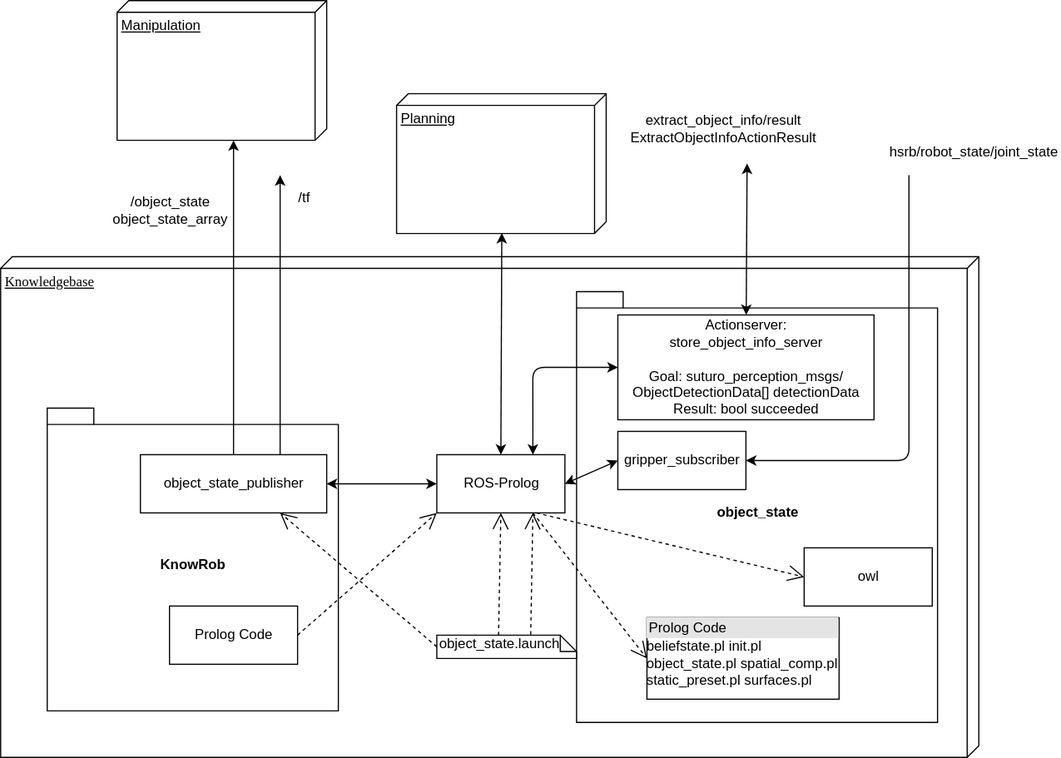
Before: architecture/knowledge_architecture/knowledge.svg, a diagram exported from draw.io (SUTURO/suturo_resources). Source tidied: cells renumbered, new cells last; positions are measured from the earlier drawing's top-left corner, leaving out a move shared by most shapes.
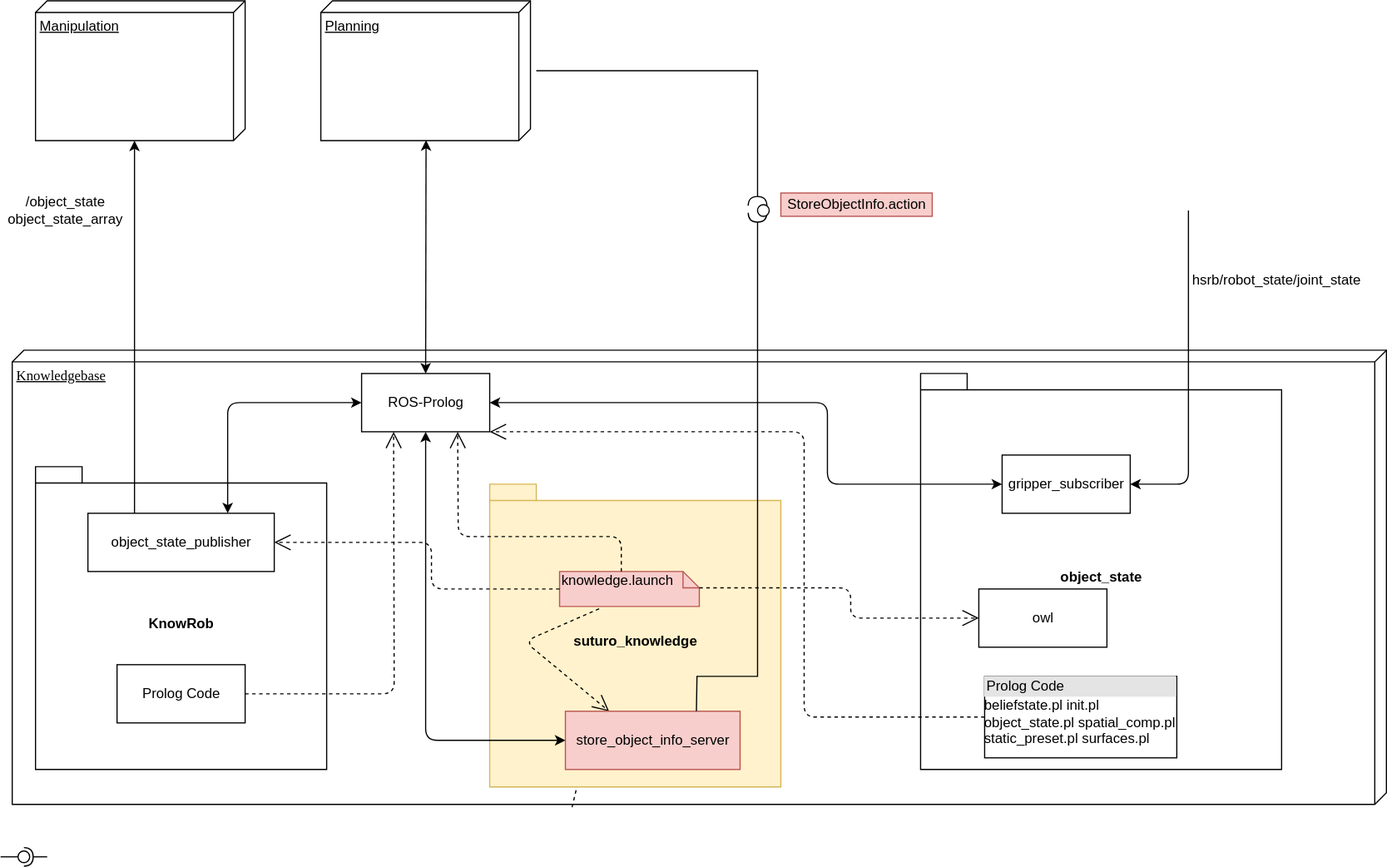
Later version of the same file.

Commit message:
update knowledge architecture

The edit, as a diff of the source:
```diff
@@ -3,122 +3,183 @@
     <mxCell id="0" />
     <mxCell id="1" parent="0" />
     <mxCell id="2" value="Knowledgebase" style="verticalAlign=top;align=left;spacingTop=8;spacingLeft=2;spacingRight=12;shape=cube;size=10;direction=south;fontStyle=4;html=1;rounded=0;shadow=0;comic=0;labelBackgroundColor=none;strokeWidth=1;fontFamily=Verdana;fontSize=12;" parent="1" vertex="1">
-      <mxGeometry y="220" width="840" height="430" as="geometry" />
+      <mxGeometry x="-280" y="250" width="1180" height="390" as="geometry" />
     </mxCell>
+    <mxCell id="33" style="endArrow=open;endSize=12;dashed=1;html=1;exitX=0.283;exitY=1.067;exitDx=0;exitDy=0;exitPerimeter=0;entryX=0.147;entryY=0;entryDx=0;entryDy=0;entryPerimeter=0;" parent="1" edge="1" source="34" target="15">
+      <mxGeometry x="0.27" y="39" relative="1" as="geometry">
+        <Array as="points">
+          <mxPoint x="253" y="420" />
+          <mxPoint x="200" y="520" />
+        </Array>
+      </mxGeometry>
+    </mxCell>
+    <mxCell id="34" value="suturo_knowledge" style="shape=folder;fontStyle=1;spacingTop=10;tabWidth=40;tabHeight=14;tabPosition=left;html=1;fillColor=#fff2cc;strokeColor=#d6b656;" parent="1" vertex="1">
+      <mxGeometry x="130" y="365" width="250" height="260" as="geometry" />
+    </mxCell>
+    <mxCell id="35" style="endArrow=open;endSize=12;dashed=1;html=1;exitX=0.283;exitY=1.067;exitDx=0;exitDy=0;exitPerimeter=0;entryX=0.25;entryY=0;entryDx=0;entryDy=0;" parent="1" edge="1" source="18" target="15">
+      <mxGeometry x="0.27" y="39" relative="1" as="geometry">
+        <Array as="points">
+          <mxPoint x="160" y="500" />
+        </Array>
+      </mxGeometry>
+    </mxCell>
     <mxCell id="3" value="ROS-Prolog" style="html=1;" parent="1" vertex="1">
-      <mxGeometry x="374.6" y="390" width="110" height="50" as="geometry" />
+      <mxGeometry x="20" y="270" width="110" height="50" as="geometry" />
     </mxCell>
     <mxCell id="4" value="KnowRob&lt;br&gt;" style="shape=folder;fontStyle=1;spacingTop=10;tabWidth=40;tabHeight=14;tabPosition=left;html=1;" parent="1" vertex="1">
-      <mxGeometry x="40" y="350" width="250" height="260" as="geometry" />
+      <mxGeometry x="-260" y="350" width="250" height="260" as="geometry" />
     </mxCell>
     <mxCell id="5" value="object_state_publisher" style="html=1;" parent="1" vertex="1">
-      <mxGeometry x="120" y="390" width="160" height="50" as="geometry" />
+      <mxGeometry x="-215" y="390" width="160" height="50" as="geometry" />
     </mxCell>
-    <mxCell id="6" style="endArrow=classic;html=1;exitX=0.75;exitY=0;exitDx=0;exitDy=0;" parent="1" edge="1" source="5">
+    <mxCell id="6" style="endArrow=classic;html=1;exitX=0.25;exitY=0;exitDx=0;exitDy=0;" parent="1" edge="1" source="5">
       <mxGeometry relative="1" as="geometry">
-        <mxPoint x="240" y="150" as="targetPoint" />
+        <mxPoint x="-175" y="70" as="targetPoint" />
         <Array as="points">
-          <mxPoint x="240" y="310" />
+          <mxPoint x="-175" y="90" />
         </Array>
       </mxGeometry>
     </mxCell>
-    <mxCell id="7" value="/tf" style="text;html=1;strokeColor=none;fillColor=none;align=center;verticalAlign=middle;whiteSpace=wrap;rounded=0;" parent="1" vertex="1">
-      <mxGeometry x="240" y="160" width="40" height="20" as="geometry" />
-    </mxCell>
-    <mxCell id="8" style="endArrow=classic;html=1;exitX=0.5;exitY=0;exitDx=0;exitDy=0;" parent="1" edge="1" source="5">
-      <mxGeometry relative="1" as="geometry">
-        <mxPoint x="200" y="120" as="targetPoint" />
-      </mxGeometry>
-    </mxCell>
     <mxCell id="9" value="/object_state&lt;br&gt;object_state_array" style="text;html=1;strokeColor=none;fillColor=none;align=center;verticalAlign=middle;whiteSpace=wrap;rounded=0;" parent="1" vertex="1">
-      <mxGeometry x="90" y="170" width="110" height="20" as="geometry" />
+      <mxGeometry x="-290" y="120" width="110" height="20" as="geometry" />
     </mxCell>
     <mxCell id="10" value="Manipulation" style="verticalAlign=top;align=left;spacingTop=8;spacingLeft=2;spacingRight=12;shape=cube;size=10;direction=south;fontStyle=4;html=1;" parent="1" vertex="1">
-      <mxGeometry x="100" width="180" height="120" as="geometry" />
+      <mxGeometry x="-260" y="-50" width="180" height="120" as="geometry" />
     </mxCell>
     <mxCell id="11" value="Planning" style="verticalAlign=top;align=left;spacingTop=8;spacingLeft=2;spacingRight=12;shape=cube;size=10;direction=south;fontStyle=4;html=1;" parent="1" vertex="1">
-      <mxGeometry x="340" y="80" width="180" height="120" as="geometry" />
+      <mxGeometry x="-15" y="-50" width="180" height="120" as="geometry" />
     </mxCell>
     <mxCell id="12" style="endArrow=classic;startArrow=classic;html=1;entryX=0.997;entryY=0.498;entryDx=0;entryDy=0;entryPerimeter=0;exitX=0.5;exitY=0;exitDx=0;exitDy=0;" parent="1" edge="1" source="3" target="11">
       <mxGeometry relative="1" as="geometry" />
     </mxCell>
-    <mxCell id="13" style="endArrow=classic;startArrow=classic;html=1;entryX=0;entryY=0.5;entryDx=0;entryDy=0;exitX=1;exitY=0.5;exitDx=0;exitDy=0;" parent="1" edge="1" source="5" target="3">
-      <mxGeometry relative="1" as="geometry" />
+    <mxCell id="13" style="endArrow=classic;startArrow=classic;html=1;entryX=0;entryY=0.5;entryDx=0;entryDy=0;exitX=0.75;exitY=0;exitDx=0;exitDy=0;" parent="1" edge="1" source="5" target="3">
+      <mxGeometry relative="1" as="geometry">
+        <Array as="points">
+          <mxPoint x="-95" y="295" />
+        </Array>
+      </mxGeometry>
     </mxCell>
     <mxCell id="14" value="object_state" style="shape=folder;fontStyle=1;spacingTop=10;tabWidth=40;tabHeight=14;tabPosition=left;html=1;" parent="1" vertex="1">
-      <mxGeometry x="494.5" y="250" width="310" height="370" as="geometry" />
+      <mxGeometry x="500" y="270" width="310" height="340" as="geometry" />
     </mxCell>
-    <mxCell id="15" value="&lt;div&gt;Actionserver:&lt;/div&gt;&lt;div&gt;&lt;span class=&quot;blob-code-inner blob-code-marker&quot;&gt;&lt;span class=&quot;pl-s&quot;&gt;&lt;span class=&quot;pl-pds&quot;&gt;&lt;/span&gt;store_object_info_server&lt;span class=&quot;pl-pds&quot;&gt;&lt;br&gt;&lt;/span&gt;&lt;/span&gt;&lt;/span&gt;&lt;/div&gt;&lt;div&gt;&lt;br&gt;&lt;/div&gt;&lt;div&gt;Goal: suturo_perception_msgs/&lt;/div&gt;&lt;div&gt;ObjectDetectionData[] detectionData&lt;br&gt;&lt;span class=&quot;blob-code-inner blob-code-marker&quot;&gt;&lt;span class=&quot;pl-s&quot;&gt;&lt;span class=&quot;pl-pds&quot;&gt;&lt;/span&gt;&lt;/span&gt;&lt;/span&gt;&lt;/div&gt;Result: bool succeeded" style="html=1;" parent="1" vertex="1">
-      <mxGeometry x="530" y="270" width="220" height="90" as="geometry" />
+    <mxCell id="15" value="store_object_info_server" style="html=1;fillColor=#f8cecc;strokeColor=#b85450;" parent="1" vertex="1">
+      <mxGeometry x="195" y="560" width="150" height="50" as="geometry" />
     </mxCell>
-    <mxCell id="16" style="endArrow=classic;html=1;startArrow=classic;startFill=1;" parent="1" edge="1" target="15">
-      <mxGeometry relative="1" as="geometry">
-        <mxPoint x="641" y="140" as="sourcePoint" />
-      </mxGeometry>
-    </mxCell>
-    <mxCell id="17" style="endArrow=classic;startArrow=classic;html=1;entryX=0;entryY=0.5;entryDx=0;entryDy=0;exitX=0.75;exitY=0;exitDx=0;exitDy=0;" parent="1" edge="1" source="3" target="15">
+    <mxCell id="17" style="endArrow=classic;startArrow=classic;html=1;entryX=0;entryY=0.5;entryDx=0;entryDy=0;exitX=0.5;exitY=1;exitDx=0;exitDy=0;" parent="1" edge="1" source="3" target="15">
       <mxGeometry relative="1" as="geometry">
         <Array as="points">
-          <mxPoint x="457" y="315" />
+          <mxPoint x="75" y="585" />
         </Array>
       </mxGeometry>
     </mxCell>
-    <mxCell id="18" value="object_state.launch" style="shape=note;whiteSpace=wrap;html=1;size=14;verticalAlign=top;align=left;spacingTop=-6;" parent="1" vertex="1">
-      <mxGeometry x="374.6" y="545" width="120" height="20" as="geometry" />
+    <mxCell id="18" value="knowledge.launch" style="shape=note;whiteSpace=wrap;html=1;size=14;verticalAlign=top;align=left;spacingTop=-6;fillColor=#f8cecc;strokeColor=#b85450;" parent="1" vertex="1">
+      <mxGeometry x="190" y="440" width="120" height="30" as="geometry" />
     </mxCell>
     <mxCell id="19" value="&lt;div style=&quot;box-sizing: border-box ; width: 100% ; background: #e4e4e4 ; padding: 2px&quot;&gt;Prolog Code&lt;/div&gt;beliefstate.pl init.pl&lt;br&gt;object_state.pl spatial_comp.pl&lt;br&gt;static_preset.pl surfaces.pl" style="verticalAlign=top;align=left;overflow=fill;html=1;" parent="1" vertex="1">
       <mxGeometry x="555" y="530" width="165" height="70" as="geometry" />
     </mxCell>
-    <mxCell id="20" style="endArrow=open;endSize=12;dashed=1;html=1;entryX=0.75;entryY=1;entryDx=0;entryDy=0;exitX=0;exitY=0.5;exitDx=0;exitDy=0;exitPerimeter=0;" parent="1" edge="1" source="18" target="5">
-      <mxGeometry x="-0.29" y="-43" relative="1" as="geometry" />
+    <mxCell id="20" style="endArrow=open;endSize=12;dashed=1;html=1;entryX=1;entryY=0.5;entryDx=0;entryDy=0;exitX=0;exitY=0.5;exitDx=0;exitDy=0;exitPerimeter=0;" parent="1" edge="1" source="18" target="5">
+      <mxGeometry x="-0.29" y="-43" relative="1" as="geometry">
+        <Array as="points">
+          <mxPoint x="80" y="455" />
+          <mxPoint x="80" y="415" />
+        </Array>
+      </mxGeometry>
     </mxCell>
-    <mxCell id="21" style="endArrow=open;endSize=12;dashed=1;html=1;entryX=0.5;entryY=1;entryDx=0;entryDy=0;exitX=0;exitY=0;exitDx=53;exitDy=0;exitPerimeter=0;" parent="1" edge="1" source="18" target="3">
-      <mxGeometry x="0.27" y="39" relative="1" as="geometry" />
+    <mxCell id="21" style="endArrow=open;endSize=12;dashed=1;html=1;exitX=0;exitY=0;exitDx=53;exitDy=0;exitPerimeter=0;entryX=0.75;entryY=1;entryDx=0;entryDy=0;" parent="1" edge="1" source="18" target="3">
+      <mxGeometry x="0.27" y="39" relative="1" as="geometry">
+        <Array as="points">
+          <mxPoint x="243" y="410" />
+          <mxPoint x="103" y="410" />
+        </Array>
+      </mxGeometry>
     </mxCell>
     <mxCell id="22" value="gripper_subscriber" style="html=1;" parent="1" vertex="1">
-      <mxGeometry x="530" y="370" width="110" height="50" as="geometry" />
+      <mxGeometry x="570" y="340" width="110" height="50" as="geometry" />
     </mxCell>
     <mxCell id="23" style="endArrow=classic;startArrow=classic;html=1;entryX=0;entryY=0.5;entryDx=0;entryDy=0;exitX=1;exitY=0.5;exitDx=0;exitDy=0;" parent="1" edge="1" source="3" target="22">
-      <mxGeometry relative="1" as="geometry" />
+      <mxGeometry relative="1" as="geometry">
+        <Array as="points">
+          <mxPoint x="420" y="295" />
+          <mxPoint x="420" y="365" />
+        </Array>
+      </mxGeometry>
     </mxCell>
     <mxCell id="24" style="endArrow=classic;html=1;entryX=1;entryY=0.5;entryDx=0;entryDy=0;" parent="1" edge="1" target="22">
       <mxGeometry relative="1" as="geometry">
-        <mxPoint x="780" y="150" as="sourcePoint" />
+        <mxPoint x="730" y="130" as="sourcePoint" />
         <Array as="points">
-          <mxPoint x="780" y="395" />
+          <mxPoint x="730" y="365" />
         </Array>
       </mxGeometry>
     </mxCell>
-    <mxCell id="25" style="endArrow=open;endSize=12;dashed=1;html=1;entryX=0.75;entryY=1;entryDx=0;entryDy=0;exitX=0.672;exitY=-0.026;exitDx=0;exitDy=0;exitPerimeter=0;" parent="1" edge="1" source="18" target="3">
-      <mxGeometry x="-1" y="-130" relative="1" as="geometry">
-        <mxPoint x="-95" y="123" as="offset" />
-      </mxGeometry>
-    </mxCell>
-    <mxCell id="26" style="endArrow=open;endSize=12;dashed=1;html=1;exitX=0.75;exitY=1;exitDx=0;exitDy=0;entryX=0;entryY=0.5;entryDx=0;entryDy=0;" parent="1" edge="1" source="3" target="19">
-      <mxGeometry x="-1" y="-335" relative="1" as="geometry">
-        <mxPoint x="146" y="261" as="offset" />
-      </mxGeometry>
-    </mxCell>
     <mxCell id="27" value="owl" style="html=1;" parent="1" vertex="1">
-      <mxGeometry x="690" y="470" width="110" height="50" as="geometry" />
+      <mxGeometry x="550" y="455" width="110" height="50" as="geometry" />
     </mxCell>
-    <mxCell id="28" style="endArrow=open;endSize=12;dashed=1;html=1;entryX=0;entryY=0.5;entryDx=0;entryDy=0;" parent="1" edge="1" target="27">
+    <mxCell id="28" style="endArrow=open;endSize=12;dashed=1;html=1;entryX=0;entryY=0.5;entryDx=0;entryDy=0;exitX=0;exitY=0;exitDx=120;exitDy=14;exitPerimeter=0;" parent="1" edge="1" source="18" target="27">
       <mxGeometry x="1" y="220" relative="1" as="geometry">
-        <mxPoint x="460" y="440" as="sourcePoint" />
+        <Array as="points">
+          <mxPoint x="440" y="454" />
+          <mxPoint x="440" y="480" />
+        </Array>
         <mxPoint x="169" y="214" as="offset" />
       </mxGeometry>
     </mxCell>
     <mxCell id="29" value="Prolog Code" style="html=1;" parent="1" vertex="1">
-      <mxGeometry x="145" y="520" width="110" height="50" as="geometry" />
+      <mxGeometry x="-190" y="520" width="110" height="50" as="geometry" />
     </mxCell>
-    <mxCell id="30" style="endArrow=open;endSize=12;dashed=1;html=1;entryX=0;entryY=1;entryDx=0;entryDy=0;exitX=1;exitY=0.5;exitDx=0;exitDy=0;" parent="1" edge="1" source="29" target="3">
-      <mxGeometry x="-0.91" y="-170" relative="1" as="geometry" />
+    <mxCell id="30" style="endArrow=open;endSize=12;dashed=1;html=1;entryX=0.25;entryY=1;entryDx=0;entryDy=0;exitX=1;exitY=0.5;exitDx=0;exitDy=0;" parent="1" edge="1" source="29" target="3">
+      <mxGeometry x="-0.91" y="-170" relative="1" as="geometry">
+        <Array as="points">
+          <mxPoint x="48" y="545" />
+        </Array>
+      </mxGeometry>
     </mxCell>
     <mxCell id="31" value="hsrb/robot_state/joint_state" style="text;html=1;strokeColor=none;fillColor=none;align=center;verticalAlign=middle;whiteSpace=wrap;rounded=0;" parent="1" vertex="1">
-      <mxGeometry x="760" y="120" width="150" height="20" as="geometry" />
+      <mxGeometry x="730" y="180" width="150" height="20" as="geometry" />
     </mxCell>
-    <mxCell id="32" value="extract_object_info/result&lt;br&gt;ExtractObjectInfoActionResult" style="text;html=1;strokeColor=none;fillColor=none;align=center;verticalAlign=middle;whiteSpace=wrap;rounded=0;" parent="1" vertex="1">
-      <mxGeometry x="550" y="100" width="140" height="20" as="geometry" />
-    </mxCell>
+    <mxCell id="36" style="endArrow=open;endSize=12;dashed=1;html=1;entryX=1;entryY=1;entryDx=0;entryDy=0;exitX=0;exitY=0.5;exitDx=0;exitDy=0;" parent="1" edge="1" source="19" target="3">
+      <mxGeometry x="-0.91" y="-170" relative="1" as="geometry">
+        <Array as="points">
+          <mxPoint x="400" y="565" />
+          <mxPoint x="400" y="320" />
+        </Array>
+      </mxGeometry>
+    </mxCell>
+    <mxCell id="37" style="rounded=0;jettySize=auto;html=1;endArrow=halfCircle;endFill=0;endSize=6;strokeWidth=1;exitX=0.75;exitY=0;exitDx=0;exitDy=0;entryX=0;entryY=0.7;entryDx=0;entryDy=0;entryPerimeter=0;" parent="1" edge="1" source="15" target="42">
+      <mxGeometry relative="1" as="geometry">
+        <Array as="points">
+          <mxPoint x="308" y="530" />
+          <mxPoint x="360" y="530" />
+        </Array>
+      </mxGeometry>
+    </mxCell>
+    <mxCell id="38" style="rounded=0;jettySize=auto;html=1;endArrow=none;endFill=0;" parent="1" edge="1" target="40">
+      <mxGeometry relative="1" as="geometry">
+        <mxPoint x="-290" y="685" as="sourcePoint" />
+      </mxGeometry>
+    </mxCell>
+    <mxCell id="39" style="rounded=0;jettySize=auto;html=1;endArrow=halfCircle;endFill=0;entryX=0.5;entryY=0.5;entryDx=0;entryDy=0;endSize=6;strokeWidth=1;" parent="1" edge="1" target="40">
+      <mxGeometry relative="1" as="geometry">
+        <mxPoint x="-250" y="685" as="sourcePoint" />
+      </mxGeometry>
+    </mxCell>
+    <mxCell id="40" style="ellipse;whiteSpace=wrap;html=1;fontFamily=Helvetica;fontSize=12;fontColor=#000000;align=center;strokeColor=#000000;fillColor=#ffffff;points=[];" parent="1" vertex="1">
+      <mxGeometry x="-275" y="680" width="10" height="10" as="geometry" />
+    </mxCell>
+    <mxCell id="41" style="rounded=0;jettySize=auto;html=1;endArrow=halfCircle;endFill=0;entryX=0;entryY=0.1;entryDx=0;entryDy=0;endSize=6;strokeWidth=1;entryPerimeter=0;" parent="1" edge="1" target="42">
+      <mxGeometry relative="1" as="geometry">
+        <mxPoint x="170" y="10" as="sourcePoint" />
+        <Array as="points">
+          <mxPoint x="360" y="10" />
+        </Array>
+      </mxGeometry>
+    </mxCell>
+    <mxCell id="42" style="ellipse;whiteSpace=wrap;html=1;fontFamily=Helvetica;fontSize=12;fontColor=#000000;align=center;strokeColor=#000000;fillColor=#ffffff;points=[];" parent="1" vertex="1">
+      <mxGeometry x="360" y="125" width="10" height="10" as="geometry" />
+    </mxCell>
+    <mxCell id="43" value="StoreObjectInfo.action" style="text;html=1;align=center;verticalAlign=middle;fillColor=#f8cecc;strokeColor=#b85450;" parent="1" vertex="1">
+      <mxGeometry x="380" y="115" width="130" height="20" as="geometry" />
+    </mxCell>
   </root>
 </mxGraphModel>
```
